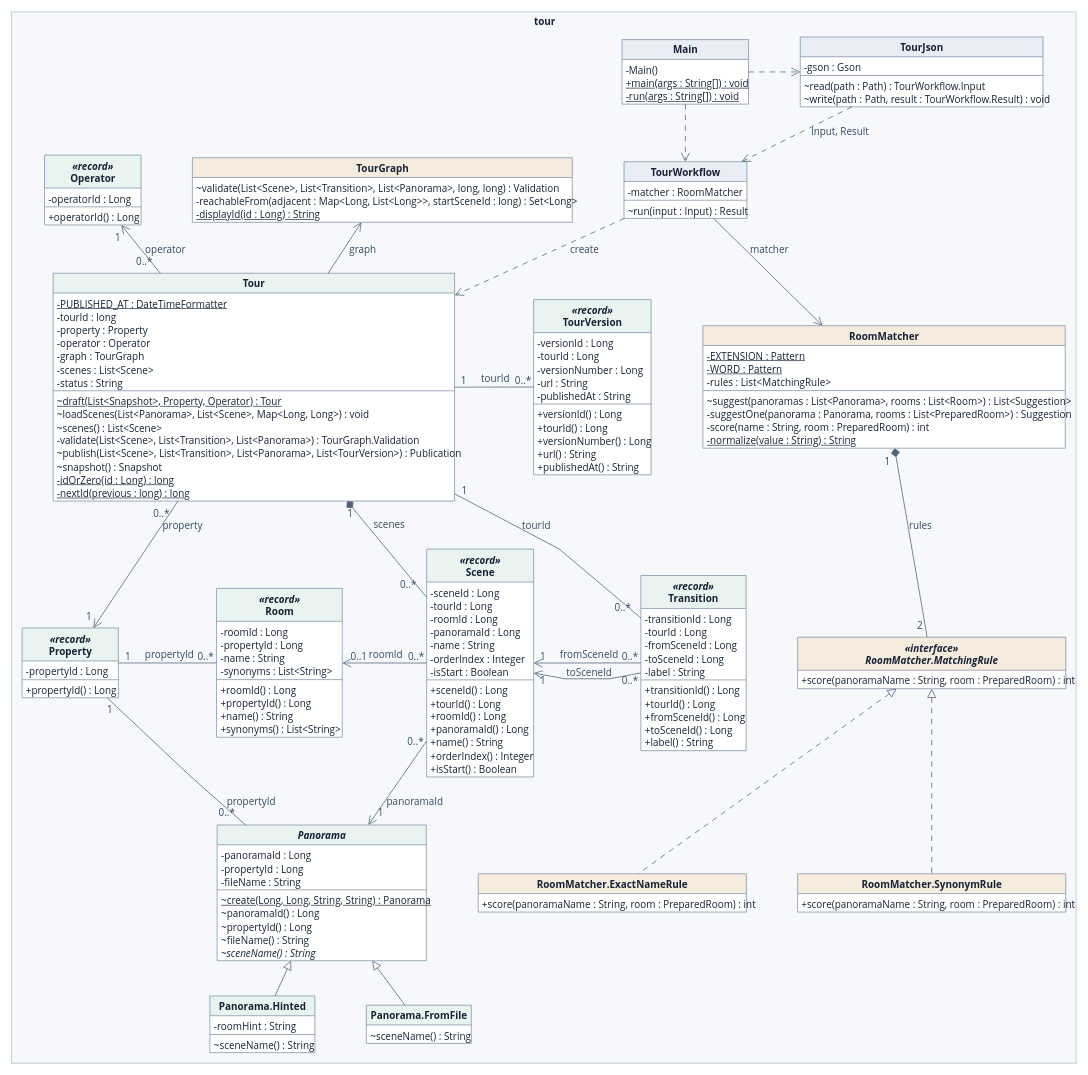
This is models/classes.drawio from babeyko/study_practice_5_sem, a draw.io file, before an edit. Source tidied: cells renumbered, new cells numbered last; positions are measured from the earlier drawing's top-left corner, leaving out a move shared by most shapes. Both pictures are drawn from the tidied source at 66%, with x=0, y=0 at pixel (11, 12).
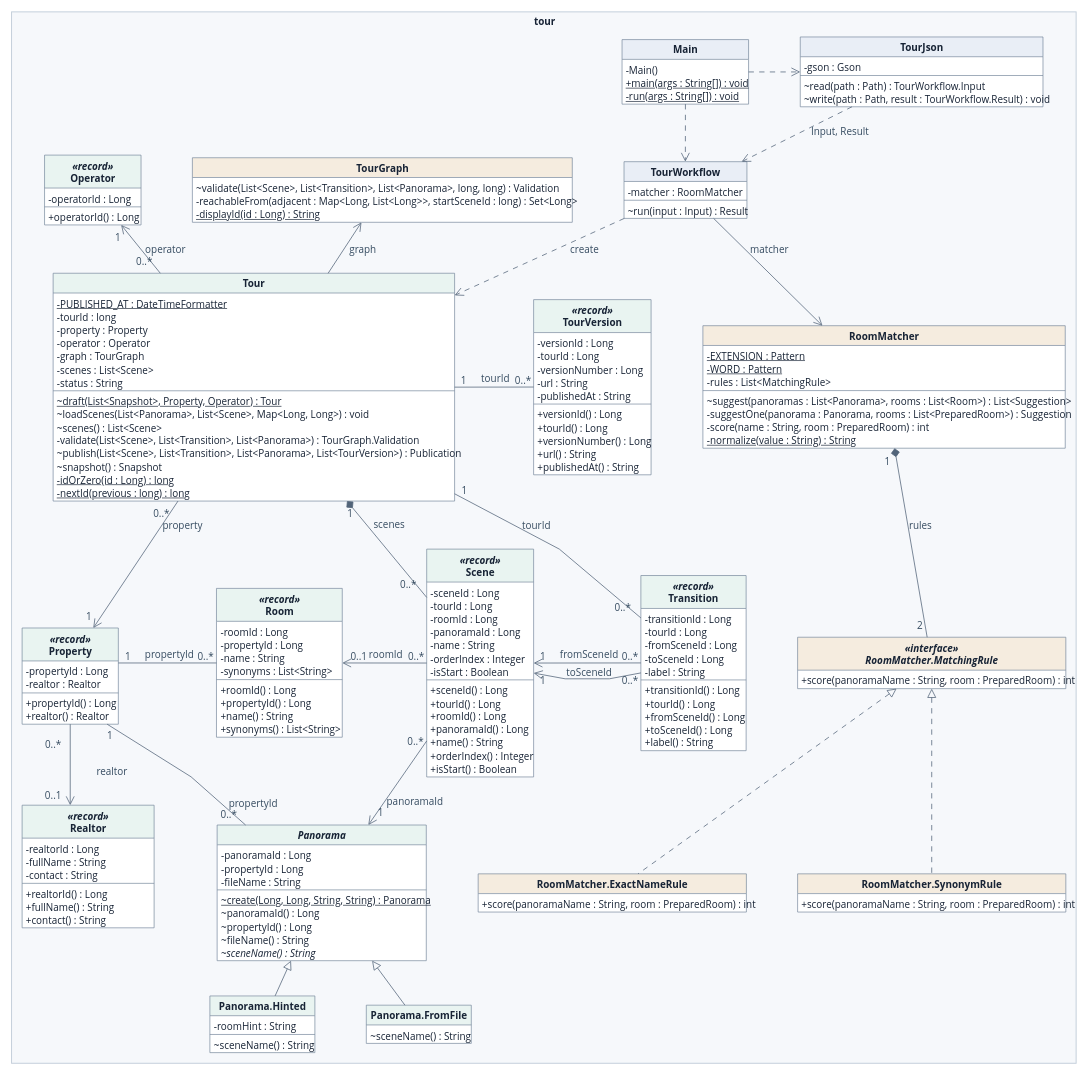
After the change.

Commit message (it also covers changes not shown here):
Добавить сущность Realtor и обновить диаграмму классов

The change refers to these unchanged cells:
```xml
<mxCell id="42" value="&lt;i&gt;«record»&lt;/i&gt;&lt;br&gt;Room" style="swimlane;fontFamily=Segoe UI;fontSize=15;fontColor=#172335;html=1;horizontal=1;startSize=49.902;rounded=0;align=center;verticalAlign=middle;spacing=0;fillColor=#E9F4F1;swimlaneFillColor=#FFFFFF;strokeColor=#708398;strokeWidth=1;whiteSpace=nowrap;" parent="1" vertex="1">
  <mxGeometry x="310.5" y="873" width="190.6" height="225.5" as="geometry" />
</mxCell>
```

The edit, as a diff of the source:
```diff
@@
     <mxCell id="17" value="&lt;i&gt;«record»&lt;/i&gt;&lt;br&gt;Property" style="swimlane;fontFamily=Segoe UI;fontSize=15;fontColor=#172335;html=1;horizontal=1;startSize=49.902;rounded=0;align=center;verticalAlign=middle;spacing=0;fillColor=#E9F4F1;swimlaneFillColor=#FFFFFF;strokeColor=#708398;strokeWidth=1;whiteSpace=nowrap;" parent="1" vertex="1">
-      <mxGeometry x="16" y="933" width="145.8" height="105.8" as="geometry" />
+      <mxGeometry x="16" y="933" width="145.8" height="145.8" as="geometry" />
     </mxCell>
@@
     <mxCell id="19" value="+propertyId() : Long" style="text;html=1;whiteSpace=nowrap;overflow=visible;strokeColor=none;fillColor=none;verticalAlign=middle;spacing=0;fontFamily=Segoe UI;fontSize=15;fontColor=#172335;align=left;" parent="17" vertex="1">
-      <mxGeometry x="6" y="83.9" width="137.8" height="18.8" as="geometry" />
+      <mxGeometry x="6" y="103.9" width="137.8" height="18.8" as="geometry" />
     </mxCell>
     <mxCell id="20" style="line;strokeColor=#708398;strokeWidth=1;direction=east;" parent="17" vertex="1">
-      <mxGeometry y="77.9" width="145.8" height="1" as="geometry" />
+      <mxGeometry y="97.9" width="145.8" height="1" as="geometry" />
     </mxCell>
+    <mxCell id="189" value="-realtor : Realtor" style="text;html=1;whiteSpace=nowrap;overflow=visible;strokeColor=none;fillColor=none;verticalAlign=middle;spacing=0;fontFamily=Segoe UI;fontSize=15;fontColor=#172335;align=left;" parent="17" vertex="1">
+      <mxGeometry x="6" y="76" width="137.8" height="18.8" as="geometry" />
+    </mxCell>
+    <mxCell id="190" value="+realtor() : Realtor" style="text;html=1;whiteSpace=nowrap;overflow=visible;strokeColor=none;fillColor=none;verticalAlign=middle;spacing=0;fontFamily=Segoe UI;fontSize=15;fontColor=#172335;align=left;" parent="17" vertex="1">
+      <mxGeometry x="6" y="123.9" width="137.8" height="18.8" as="geometry" />
+    </mxCell>
+    <mxCell id="191" value="&lt;i&gt;«record»&lt;/i&gt;&lt;br&gt;Realtor" style="swimlane;fontFamily=Segoe UI;fontSize=15;fontColor=#172335;html=1;horizontal=1;startSize=49.902;rounded=0;align=center;verticalAlign=middle;spacing=0;fillColor=#E9F4F1;swimlaneFillColor=#FFFFFF;strokeColor=#708398;strokeWidth=1;whiteSpace=nowrap;" parent="1" vertex="1">
+      <mxGeometry x="16" y="1201.5" width="200" height="185.8" as="geometry" />
+    </mxCell>
+    <mxCell id="192" value="-realtorId : Long" style="text;html=1;whiteSpace=nowrap;overflow=visible;strokeColor=none;fillColor=none;verticalAlign=middle;spacing=0;fontFamily=Segoe UI;fontSize=15;fontColor=#172335;align=left;" parent="191" vertex="1">
+      <mxGeometry x="6" y="56" width="192" height="18.8" as="geometry" />
+    </mxCell>
+    <mxCell id="193" value="-fullName : String" style="text;html=1;whiteSpace=nowrap;overflow=visible;strokeColor=none;fillColor=none;verticalAlign=middle;spacing=0;fontFamily=Segoe UI;fontSize=15;fontColor=#172335;align=left;" parent="191" vertex="1">
+      <mxGeometry x="6" y="76" width="192" height="18.8" as="geometry" />
+    </mxCell>
+    <mxCell id="194" value="-contact : String" style="text;html=1;whiteSpace=nowrap;overflow=visible;strokeColor=none;fillColor=none;verticalAlign=middle;spacing=0;fontFamily=Segoe UI;fontSize=15;fontColor=#172335;align=left;" parent="191" vertex="1">
+      <mxGeometry x="6" y="96" width="192" height="18.8" as="geometry" />
+    </mxCell>
+    <mxCell id="195" value="+realtorId() : Long" style="text;html=1;whiteSpace=nowrap;overflow=visible;strokeColor=none;fillColor=none;verticalAlign=middle;spacing=0;fontFamily=Segoe UI;fontSize=15;fontColor=#172335;align=left;" parent="191" vertex="1">
+      <mxGeometry x="6" y="123.9" width="192" height="18.8" as="geometry" />
+    </mxCell>
+    <mxCell id="196" value="+fullName() : String" style="text;html=1;whiteSpace=nowrap;overflow=visible;strokeColor=none;fillColor=none;verticalAlign=middle;spacing=0;fontFamily=Segoe UI;fontSize=15;fontColor=#172335;align=left;" parent="191" vertex="1">
+      <mxGeometry x="6" y="143.9" width="192" height="18.8" as="geometry" />
+    </mxCell>
+    <mxCell id="197" value="+contact() : String" style="text;html=1;whiteSpace=nowrap;overflow=visible;strokeColor=none;fillColor=none;verticalAlign=middle;spacing=0;fontFamily=Segoe UI;fontSize=15;fontColor=#172335;align=left;" parent="191" vertex="1">
+      <mxGeometry x="6" y="163.9" width="192" height="18.8" as="geometry" />
+    </mxCell>
+    <mxCell id="198" style="line;strokeColor=#708398;strokeWidth=1;direction=east;" parent="191" vertex="1">
+      <mxGeometry y="117.9" width="200" height="1" as="geometry" />
+    </mxCell>
@@
-    <mxCell id="157" style="noEdgeStyle=1;rounded=0;html=1;strokeColor=#526479;strokeWidth=1.15;dashed=0;dashPattern=7 7;startArrow=none;startFill=0;startSize=11;endArrow=none;endFill=0;endSize=11;exitX=1;exitY=0.501;exitPerimeter=0;entryX=0;entryY=0.501;entryPerimeter=0;" parent="1" edge="1" source="17" target="42">
+    <mxCell id="157" style="noEdgeStyle=1;rounded=0;html=1;strokeColor=#526479;strokeWidth=1.15;dashed=0;dashPattern=7 7;startArrow=none;startFill=0;startSize=11;endArrow=none;endFill=0;endSize=11;exitX=1;exitY=0.3635;exitPerimeter=0;entryX=0;entryY=0.501;entryPerimeter=0;" parent="1" edge="1" source="17" target="42">
       <mxGeometry relative="1" as="geometry" />
     </mxCell>
@@
+    <mxCell id="199" style="noEdgeStyle=1;rounded=0;html=1;strokeColor=#526479;strokeWidth=1.15;startArrow=none;endArrow=open;endFill=0;endSize=11;exitX=0.5;exitY=1;exitPerimeter=0;entryX=0.3645525;entryY=0;entryPerimeter=0;" parent="1" edge="1" source="17" target="191">
+      <mxGeometry relative="1" as="geometry" />
+    </mxCell>
+    <mxCell id="200" value="realtor" style="edgeLabel;html=1;align=center;verticalAlign=middle;fontFamily=Segoe UI;fontSize=15;fontColor=#354B60;spacing=0;labelBackgroundColor=none;" parent="199" vertex="1">
+      <mxGeometry width="54" height="19" relative="1" as="geometry">
+        <mxPoint x="36" as="offset" />
+      </mxGeometry>
+    </mxCell>
+    <mxCell id="201" value="0..*" style="edgeLabel;html=1;align=center;verticalAlign=middle;fontFamily=Segoe UI;fontSize=15;fontColor=#354B60;spacing=0;labelBackgroundColor=none;" parent="199" vertex="1">
+      <mxGeometry x="-0.65" width="32" height="19" relative="1" as="geometry">
+        <mxPoint x="-42" as="offset" />
+      </mxGeometry>
+    </mxCell>
+    <mxCell id="202" value="0..1" style="edgeLabel;html=1;align=center;verticalAlign=middle;fontFamily=Segoe UI;fontSize=15;fontColor=#354B60;spacing=0;labelBackgroundColor=none;" parent="199" vertex="1">
+      <mxGeometry x="0.58" width="32" height="19" relative="1" as="geometry">
+        <mxPoint x="-42" as="offset" />
+      </mxGeometry>
+    </mxCell>
```
